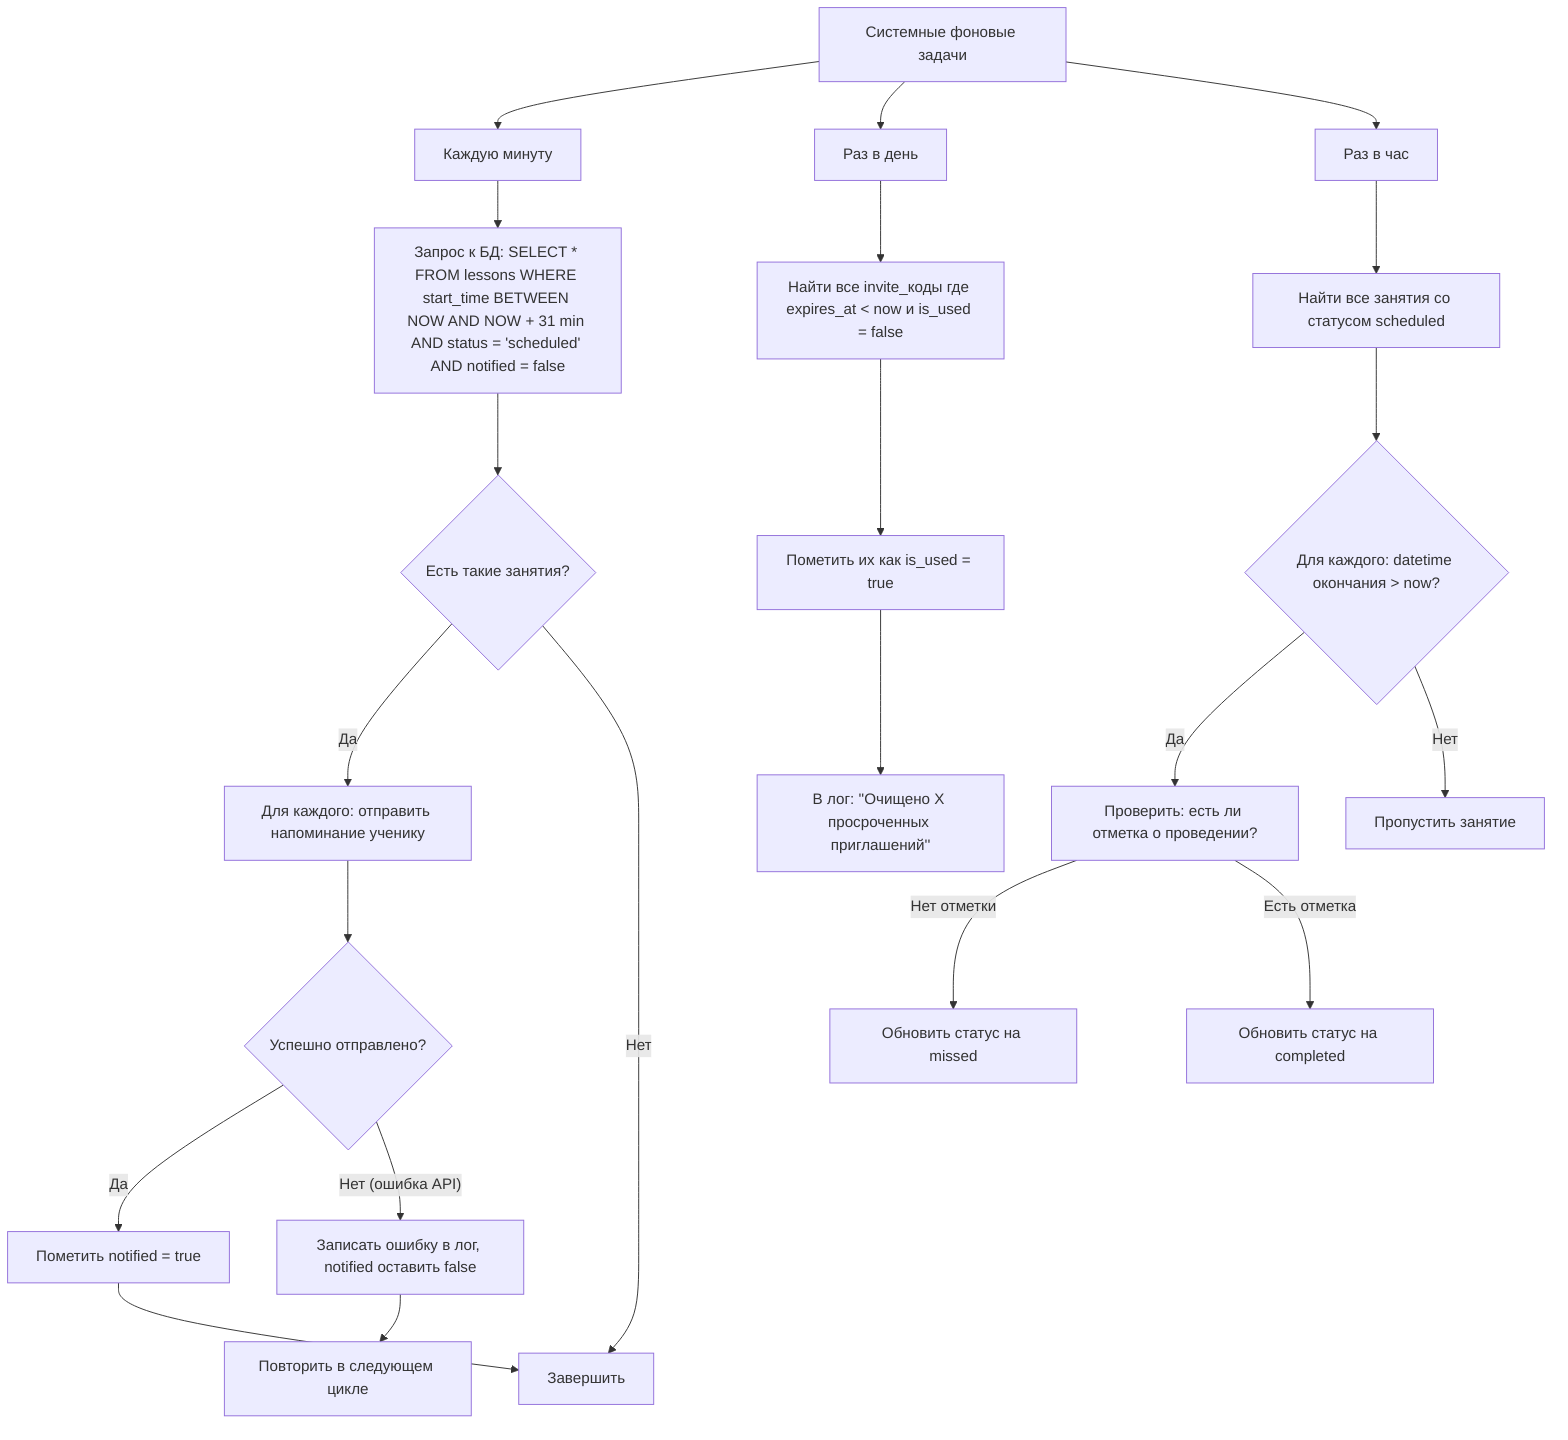
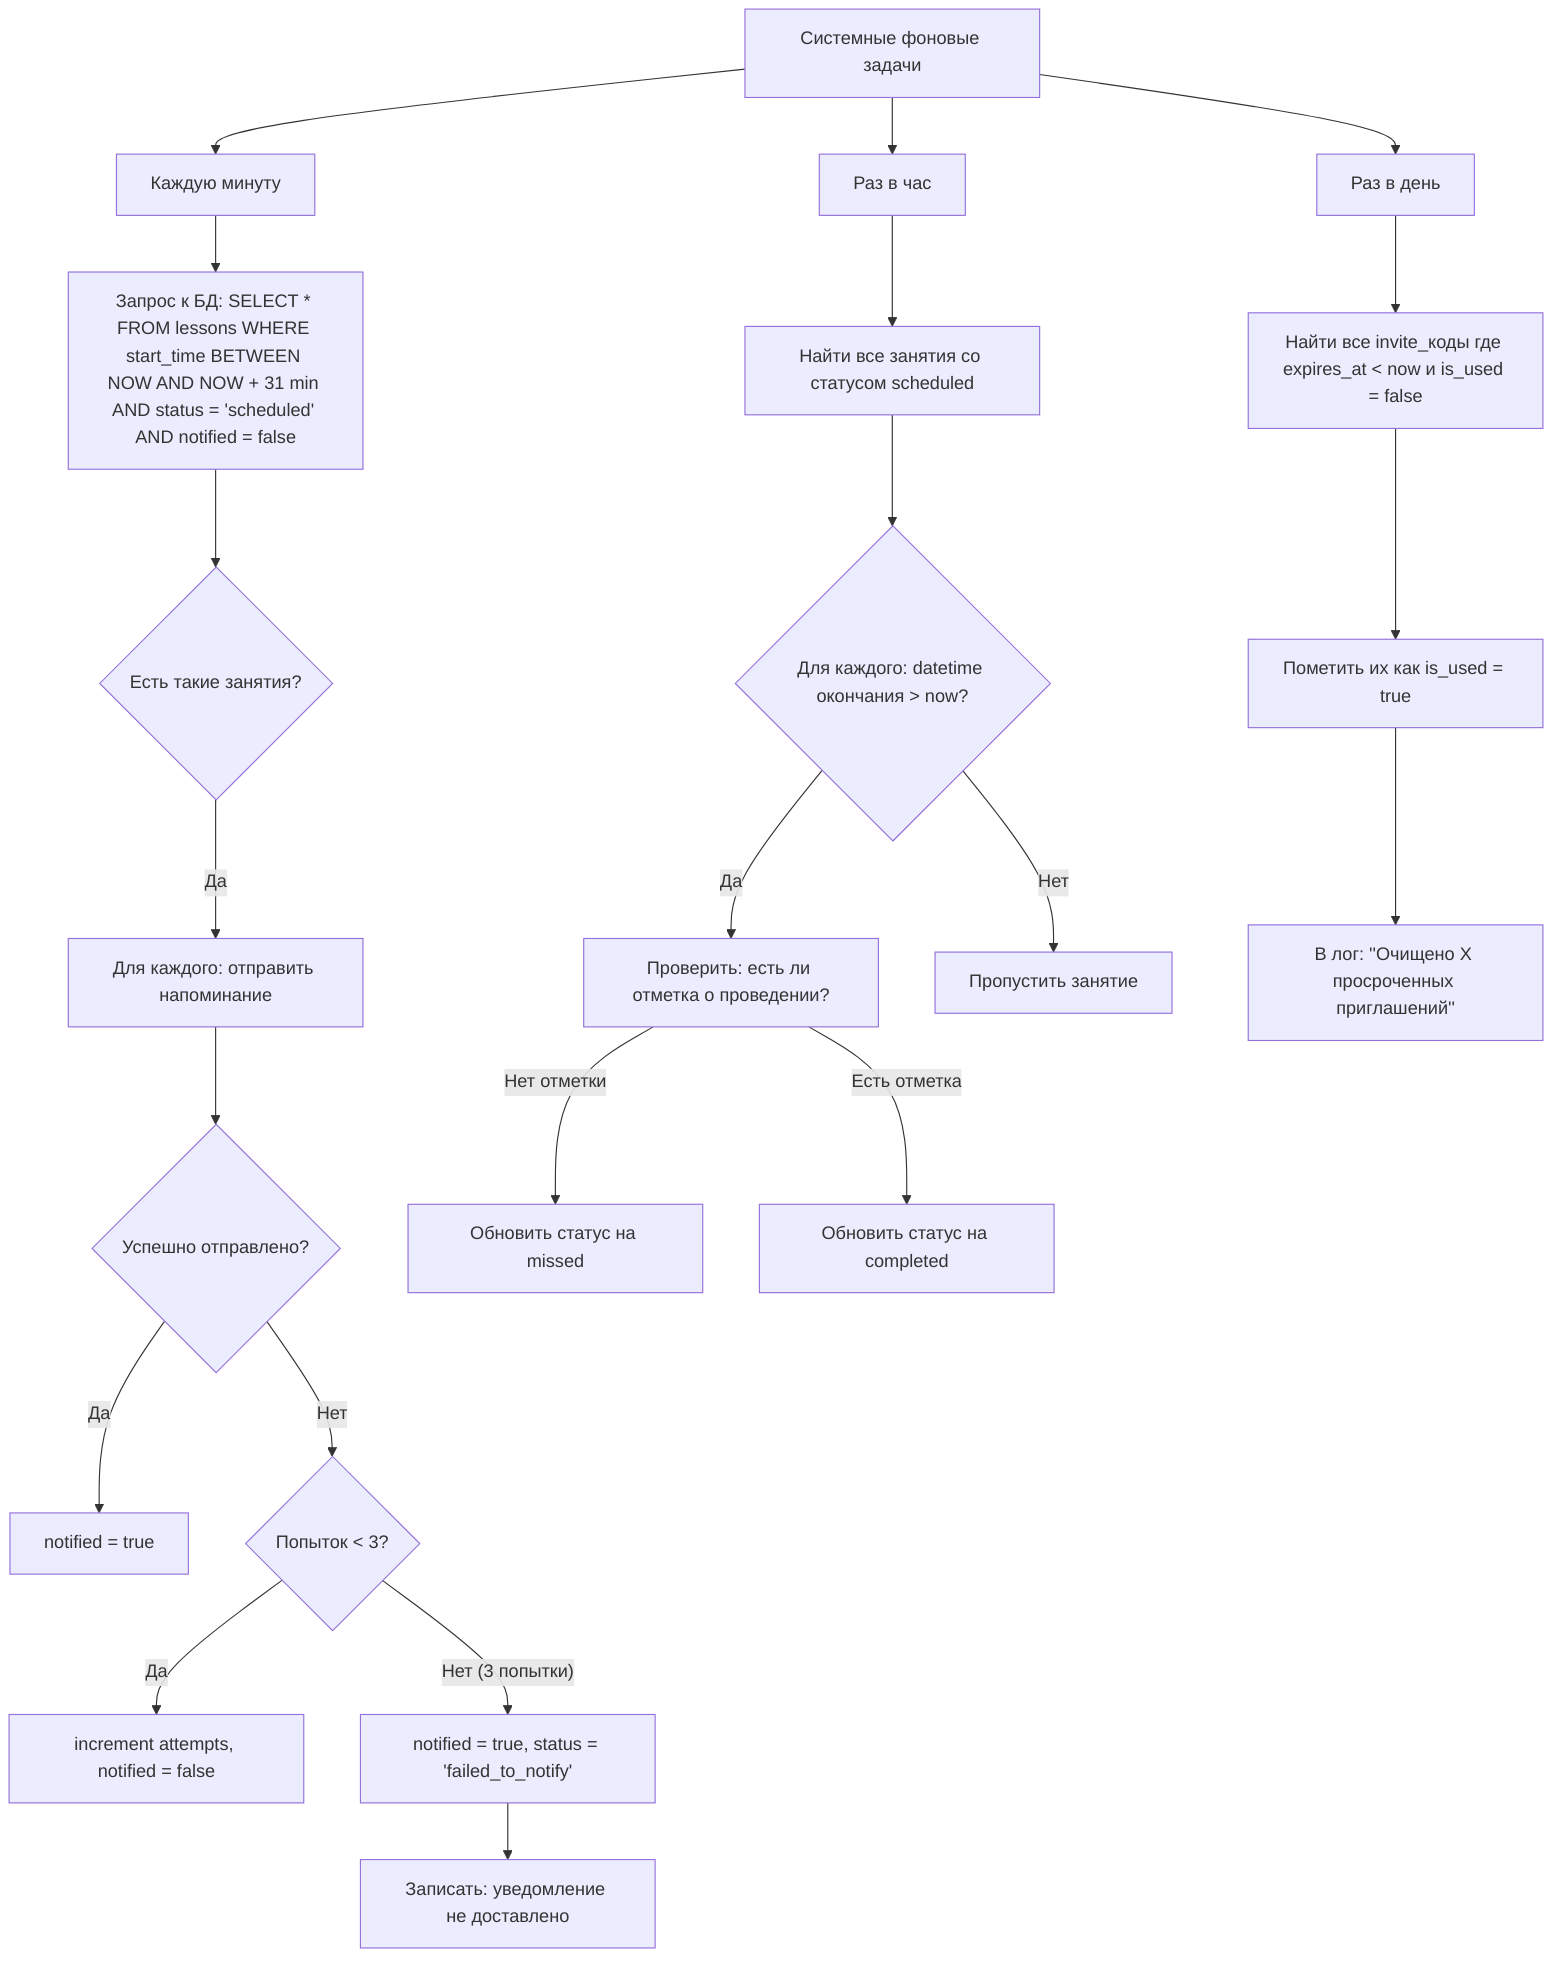
graph TD
    Head[Системные фоновые задачи] --> H
    Head --> N
    Head --> M

    H[Каждую минуту] --> H1[Запрос к БД: SELECT * FROM lessons WHERE start_time BETWEEN NOW AND NOW + 31 min AND status = 'scheduled' AND notified = false]
    H1 --> H2{Есть такие занятия?}
        H2 -- Да --> H3[Для каждого: отправить напоминание ученику]
-             H3 --> H4{Успешно отправлено?}
-                 H4 -- Да --> H5[Пометить notified = true]
-                 H4 -- Нет (ошибка API) --> H6[Записать ошибку в лог, notified оставить false]
-                     H6 --> H7[Повторить в следующем цикле]
-                     H5 --> H8[Завершить]
-         H2 -- Нет --> H8
+ 
+         H3[Для каждого: отправить напоминание] --> H4{Успешно отправлено?}
+             H4 -- Да --> H5[notified = true]
+ 
+             H4 -- Нет --> H6_check{Попыток < 3?}
+             H6_check -- Да --> H6[increment attempts, notified = false]
+             H6_check -- Нет (3 попытки) --> H6_fail[notified = true, status = 'failed_to_notify']
+             H6_fail --> H6_log[Записать: уведомление не доставлено]

    M[Раз в час] --> M1[Найти все занятия со статусом scheduled]
    M1 --> M2{Для каждого: datetime окончания > now?}
    M2 -- Да --> M3[Проверить: есть ли отметка о проведении?]
    M3 -- Нет отметки --> M4[Обновить статус на missed]
    M3 -- Есть отметка --> M5[Обновить статус на completed]
    M2 -- Нет --> M6[Пропустить занятие]

    N[Раз в день] --> N1[Найти все invite_коды где expires_at < now и is_used = false]
    N1 --> N2[Пометить их как is_used = true]
    N2 --> N3[В лог: ''Очищено X просроченных приглашений'']


